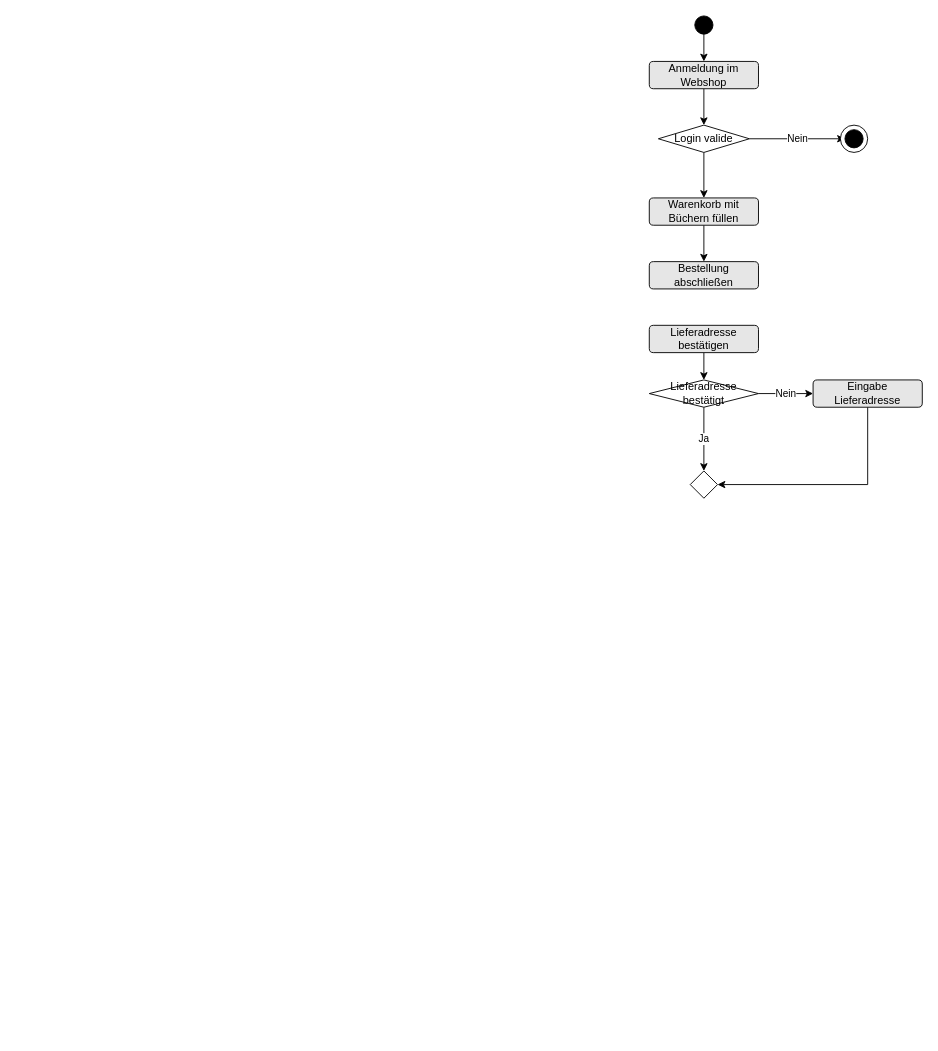
The draw.io diagram 3-Lehrjahr/UML/02_Aktivitaetsdiagramme/005-online-buchbestellung.drawio in deanomus/SZUT, before the edit. Source tidied: cells renumbered, new cells numbered last; positions are measured from the earlier drawing's top-left corner, leaving out a move shared by most shapes. Both pictures are drawn from the tidied source at 91%, with x=0, y=0 at pixel (649, 15).
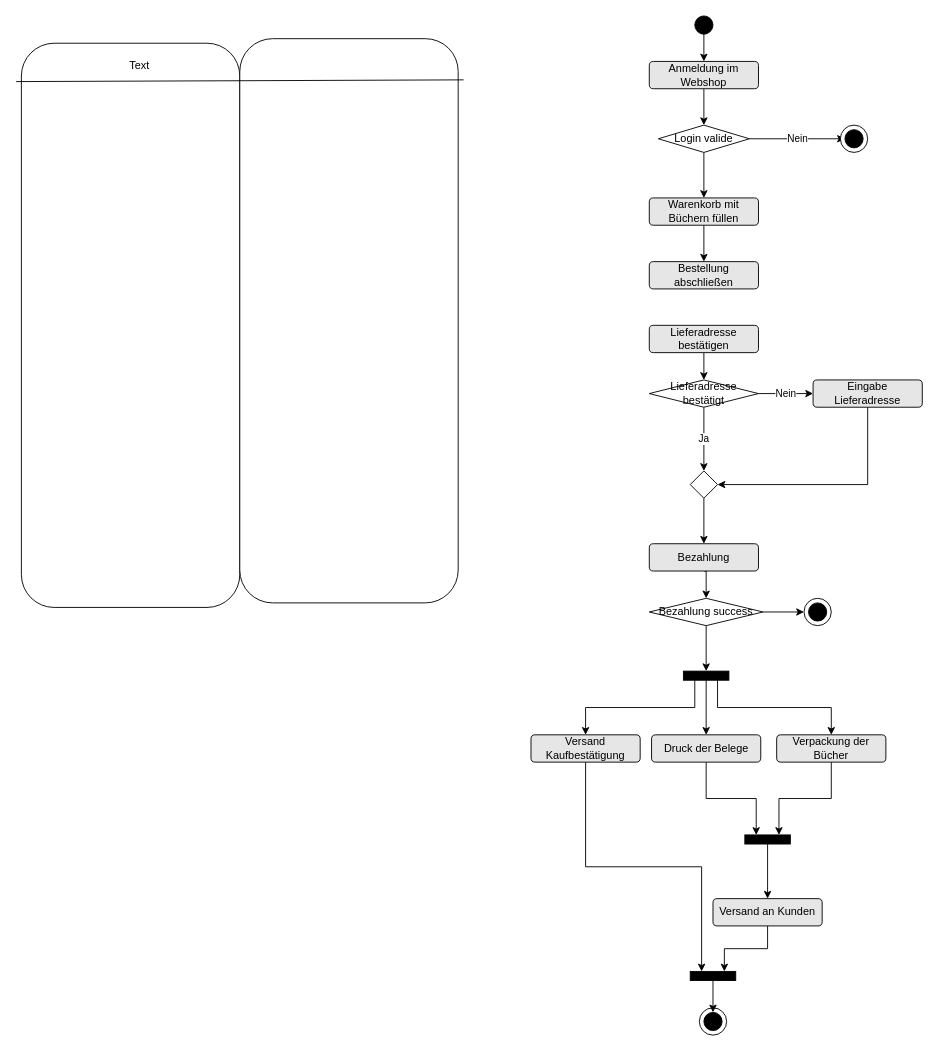
The same diagram, later.

Unchanged cells that the change refers to:
```xml
<mxCell id="21" style="rhombus;whiteSpace=wrap;html=1;" parent="1" vertex="1">
  <mxGeometry x="45" y="500" width="30" height="30" as="geometry" />
</mxCell>
```

What changed in the source:
```diff
@@
+    <mxCell id="22" style="edgeStyle=orthogonalEdgeStyle;rounded=0;jettySize=auto;html=1;exitX=0.5;exitY=1;exitDx=0;exitDy=0;" parent="1" edge="1" source="21" target="24">
+      <mxGeometry relative="1" as="geometry" />
+    </mxCell>
@@
+    <mxCell id="23" style="edgeStyle=orthogonalEdgeStyle;rounded=0;jettySize=auto;html=1;exitX=0.5;exitY=1;exitDx=0;exitDy=0;entryX=0.5;entryY=0;entryDx=0;entryDy=0;" parent="1" edge="1" source="24" target="27">
+      <mxGeometry relative="1" as="geometry" />
+    </mxCell>
+    <mxCell id="24" value="Bezahlung" style="rounded=1;whiteSpace=wrap;html=1;fillColor=#E6E6E6;gradientColor=none;strokeWidth=1;perimeterSpacing=0;glass=0;" parent="1" vertex="1">
+      <mxGeometry y="580" width="120" height="30" as="geometry" />
+    </mxCell>
+    <mxCell id="25" style="edgeStyle=orthogonalEdgeStyle;rounded=0;jettySize=auto;html=1;exitX=1;exitY=0.5;exitDx=0;exitDy=0;entryX=0;entryY=0.5;entryDx=0;entryDy=0;" parent="1" edge="1" source="27" target="28">
+      <mxGeometry relative="1" as="geometry" />
+    </mxCell>
+    <mxCell id="26" style="edgeStyle=orthogonalEdgeStyle;rounded=0;jettySize=auto;html=1;exitX=0.5;exitY=1;exitDx=0;exitDy=0;entryX=0;entryY=0.5;entryDx=0;entryDy=0;" parent="1" edge="1" source="27" target="33">
+      <mxGeometry relative="1" as="geometry" />
+    </mxCell>
+    <mxCell id="27" value="Bezahlung success" style="rhombus;whiteSpace=wrap;html=1;" parent="1" vertex="1">
+      <mxGeometry y="640" width="125" height="30" as="geometry" />
+    </mxCell>
+    <mxCell id="28" style="ellipse;whiteSpace=wrap;html=1;rounded=1;shadow=0;glass=0;sketch=0;strokeWidth=1;" parent="1" vertex="1">
+      <mxGeometry x="170" y="640" width="30" height="30" as="geometry" />
+    </mxCell>
+    <mxCell id="29" style="ellipse;whiteSpace=wrap;html=1;fillColor=#000000;" parent="1" vertex="1">
+      <mxGeometry x="175" y="645" width="20" height="20" as="geometry" />
+    </mxCell>
+    <mxCell id="30" style="edgeStyle=orthogonalEdgeStyle;rounded=0;jettySize=auto;html=1;exitX=1;exitY=0.25;exitDx=0;exitDy=0;" parent="1" edge="1" source="33" target="39">
+      <mxGeometry relative="1" as="geometry" />
+    </mxCell>
+    <mxCell id="31" style="edgeStyle=orthogonalEdgeStyle;rounded=0;jettySize=auto;html=1;exitX=1;exitY=0.5;exitDx=0;exitDy=0;" parent="1" edge="1" source="33" target="37">
+      <mxGeometry relative="1" as="geometry" />
+    </mxCell>
+    <mxCell id="32" style="edgeStyle=orthogonalEdgeStyle;rounded=0;jettySize=auto;html=1;exitX=1;exitY=0.75;exitDx=0;exitDy=0;entryX=0.5;entryY=0;entryDx=0;entryDy=0;" parent="1" edge="1" source="33" target="35">
+      <mxGeometry relative="1" as="geometry" />
+    </mxCell>
+    <mxCell id="33" style="rounded=0;whiteSpace=wrap;html=1;fillColor=#000000;rotation=90;" parent="1" vertex="1">
+      <mxGeometry x="57.5" y="700" width="10" height="50" as="geometry" />
+    </mxCell>
+    <mxCell id="34" style="edgeStyle=orthogonalEdgeStyle;rounded=0;jettySize=auto;html=1;exitX=0.5;exitY=1;exitDx=0;exitDy=0;entryX=0;entryY=0.75;entryDx=0;entryDy=0;" parent="1" edge="1" source="35" target="47">
+      <mxGeometry relative="1" as="geometry" />
+    </mxCell>
+    <mxCell id="35" value="Versand Kaufbestätigung" style="rounded=1;whiteSpace=wrap;html=1;fillColor=#E6E6E6;gradientColor=none;strokeWidth=1;perimeterSpacing=0;glass=0;" parent="1" vertex="1">
+      <mxGeometry x="-130" y="790" width="120" height="30" as="geometry" />
+    </mxCell>
+    <mxCell id="36" style="edgeStyle=orthogonalEdgeStyle;rounded=0;jettySize=auto;html=1;exitX=0.5;exitY=1;exitDx=0;exitDy=0;entryX=0;entryY=0.75;entryDx=0;entryDy=0;" parent="1" edge="1" source="37" target="41">
+      <mxGeometry relative="1" as="geometry" />
+    </mxCell>
+    <mxCell id="37" value="Druck der Belege" style="rounded=1;whiteSpace=wrap;html=1;fillColor=#E6E6E6;gradientColor=none;strokeWidth=1;perimeterSpacing=0;glass=0;" parent="1" vertex="1">
+      <mxGeometry x="2.5" y="790" width="120" height="30" as="geometry" />
+    </mxCell>
+    <mxCell id="38" style="edgeStyle=orthogonalEdgeStyle;rounded=0;jettySize=auto;html=1;exitX=0.5;exitY=1;exitDx=0;exitDy=0;entryX=0;entryY=0.25;entryDx=0;entryDy=0;" parent="1" edge="1" source="39" target="41">
+      <mxGeometry relative="1" as="geometry" />
+    </mxCell>
+    <mxCell id="39" value="Verpackung der Bücher" style="rounded=1;whiteSpace=wrap;html=1;fillColor=#E6E6E6;gradientColor=none;strokeWidth=1;perimeterSpacing=0;glass=0;" parent="1" vertex="1">
+      <mxGeometry x="140" y="790" width="120" height="30" as="geometry" />
+    </mxCell>
+    <mxCell id="40" style="edgeStyle=orthogonalEdgeStyle;rounded=0;jettySize=auto;html=1;exitX=1;exitY=0.5;exitDx=0;exitDy=0;entryX=0.5;entryY=0;entryDx=0;entryDy=0;" parent="1" edge="1" source="41" target="43">
+      <mxGeometry relative="1" as="geometry" />
+    </mxCell>
+    <mxCell id="41" style="rounded=0;whiteSpace=wrap;html=1;fillColor=#000000;rotation=90;" parent="1" vertex="1">
+      <mxGeometry x="125" y="880" width="10" height="50" as="geometry" />
+    </mxCell>
+    <mxCell id="42" style="edgeStyle=orthogonalEdgeStyle;rounded=0;jettySize=auto;html=1;exitX=0.5;exitY=1;exitDx=0;exitDy=0;entryX=0;entryY=0.25;entryDx=0;entryDy=0;" parent="1" edge="1" source="43" target="47">
+      <mxGeometry relative="1" as="geometry" />
+    </mxCell>
+    <mxCell id="43" value="Versand an Kunden" style="rounded=1;whiteSpace=wrap;html=1;fillColor=#E6E6E6;gradientColor=none;strokeWidth=1;perimeterSpacing=0;glass=0;" parent="1" vertex="1">
+      <mxGeometry x="70" y="970" width="120" height="30" as="geometry" />
+    </mxCell>
+    <mxCell id="44" style="ellipse;whiteSpace=wrap;html=1;rounded=1;shadow=0;glass=0;sketch=0;strokeWidth=1;" parent="1" vertex="1">
+      <mxGeometry x="55" y="1090" width="30" height="30" as="geometry" />
+    </mxCell>
+    <mxCell id="45" style="ellipse;whiteSpace=wrap;html=1;fillColor=#000000;" parent="1" vertex="1">
+      <mxGeometry x="60" y="1095" width="20" height="20" as="geometry" />
+    </mxCell>
+    <mxCell id="46" style="edgeStyle=orthogonalEdgeStyle;rounded=0;jettySize=auto;html=1;exitX=1;exitY=0.5;exitDx=0;exitDy=0;entryX=0.5;entryY=0;entryDx=0;entryDy=0;" parent="1" edge="1" source="47" target="45">
+      <mxGeometry relative="1" as="geometry" />
+    </mxCell>
+    <mxCell id="47" style="rounded=0;whiteSpace=wrap;html=1;fillColor=#000000;rotation=90;" parent="1" vertex="1">
+      <mxGeometry x="65" y="1030" width="10" height="50" as="geometry" />
+    </mxCell>
+    <mxCell id="48" style="rounded=1;whiteSpace=wrap;html=1;" parent="1" vertex="1">
+      <mxGeometry x="-690" y="30" width="240" height="620" as="geometry" />
+    </mxCell>
+    <mxCell id="49" style="rounded=1;whiteSpace=wrap;html=1;" parent="1" vertex="1">
+      <mxGeometry x="-450" y="25" width="240" height="620" as="geometry" />
+    </mxCell>
+    <mxCell id="50" style="endArrow=none;html=1;rounded=0;exitX=-0.024;exitY=0.068;exitDx=0;exitDy=0;exitPerimeter=0;entryX=1.025;entryY=0.073;entryDx=0;entryDy=0;entryPerimeter=0;" parent="1" edge="1" source="48" target="49">
+      <mxGeometry relative="1" as="geometry" />
+    </mxCell>
+    <mxCell id="51" value="Text" style="text;html=1;strokeColor=none;fillColor=none;align=center;verticalAlign=middle;whiteSpace=wrap;rounded=0;" parent="1" vertex="1">
+      <mxGeometry x="-590" y="40" width="60" height="30" as="geometry" />
+    </mxCell>
```
